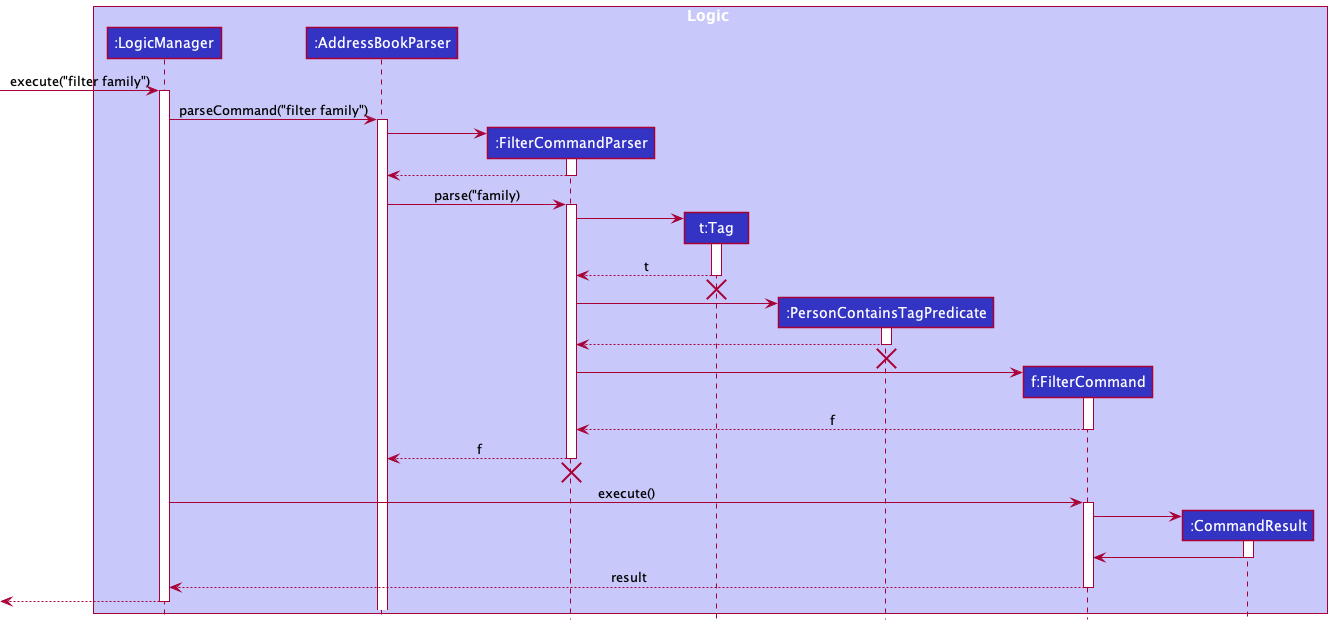
Earlier version of the PlantUML export docs/images/FilterSequenceDiagram.png (nus-cs2103-AY2122S2/tp).
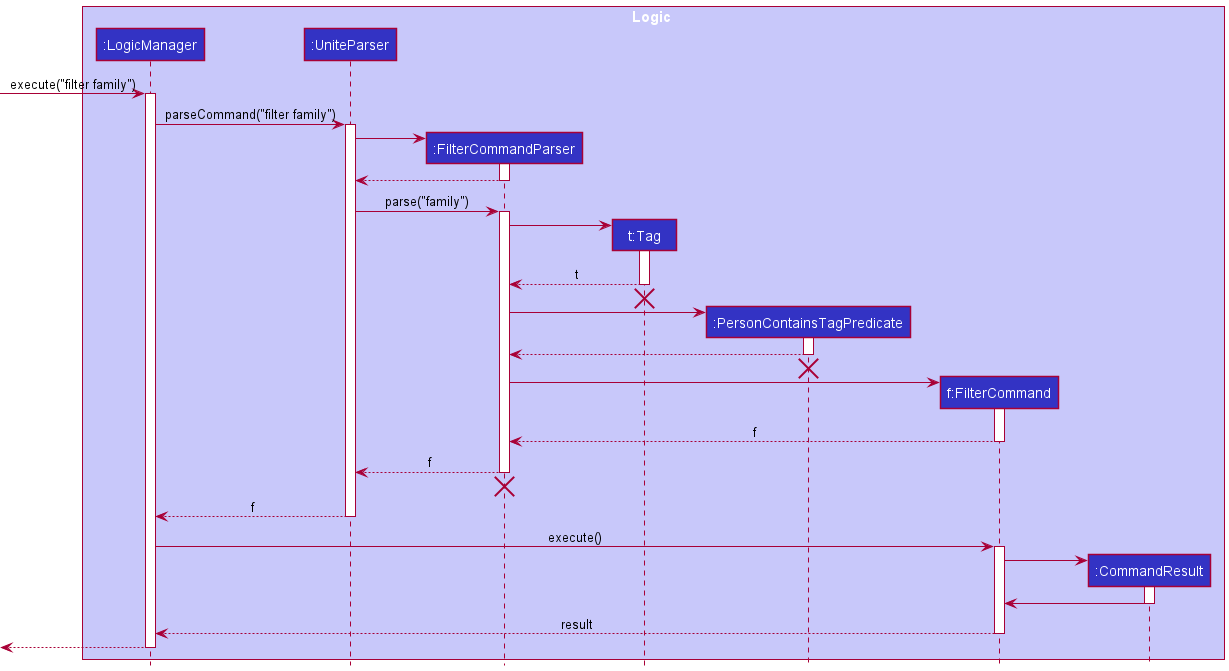
The same diagram one commit later.

Change to the diagram source:
```diff
@@ -3,7 +3,7 @@
 
 box Logic LOGIC_COLOR_T1
 participant ":LogicManager" as LogicManager LOGIC_COLOR
-participant ":AddressBookParser" as AddressBookParser LOGIC_COLOR
+participant ":UniteParser" as UniteParser LOGIC_COLOR
 participant ":FilterCommandParser" as FilterCommandParser LOGIC_COLOR
 participant "t:Tag" as Tag LOGIC_COLOR
 participant ":PersonContainsTagPredicate" as PersonContainsTagPredicate LOGIC_COLOR
@@ -14,17 +14,17 @@
 [-> LogicManager : execute("filter family")
 activate LogicManager
 
-LogicManager -> AddressBookParser : parseCommand("filter family")
-activate AddressBookParser
+LogicManager -> UniteParser : parseCommand("filter family")
+activate UniteParser
 
 create FilterCommandParser
-AddressBookParser -> FilterCommandParser
+UniteParser -> FilterCommandParser
 activate FilterCommandParser
 
-FilterCommandParser --> AddressBookParser
+FilterCommandParser --> UniteParser
 deactivate FilterCommandParser
 
-AddressBookParser -> FilterCommandParser : parse("family)
+UniteParser -> FilterCommandParser : parse("family")
 activate FilterCommandParser
 
 create Tag
@@ -52,10 +52,13 @@
 FilterCommand --> FilterCommandParser : f
 deactivate FilterCommand
 
-FilterCommandParser --> AddressBookParser: f
+FilterCommandParser --> UniteParser: f
 deactivate FilterCommandParser
-FilterCommandParser -[hidden]-> AddressBookParser
+FilterCommandParser -[hidden]-> UniteParser
 destroy FilterCommandParser
+
+UniteParser --> LogicManager :f
+deactivate UniteParser
 
 LogicManager -> FilterCommand : execute()
 activate FilterCommand
```
